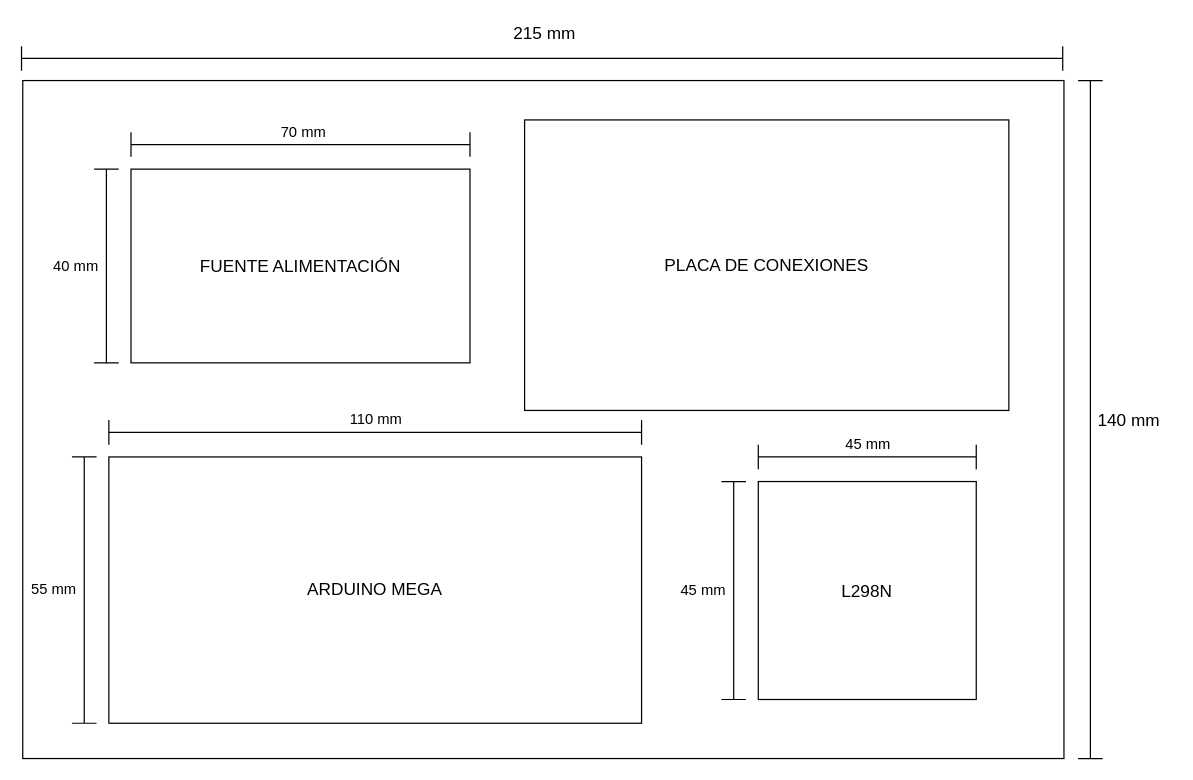
Before: page "Fondo" (1 of 2) of Documentación/Esquema caja.drawio in tonioprz/tfg, a draw.io diagram. Source tidied: cells renumbered, new cells numbered last; positions are measured from the earlier drawing's top-left corner, leaving out a move shared by most shapes. Both pictures are drawn from the tidied source at 123%, with x=0, y=0 at pixel (21, 21).
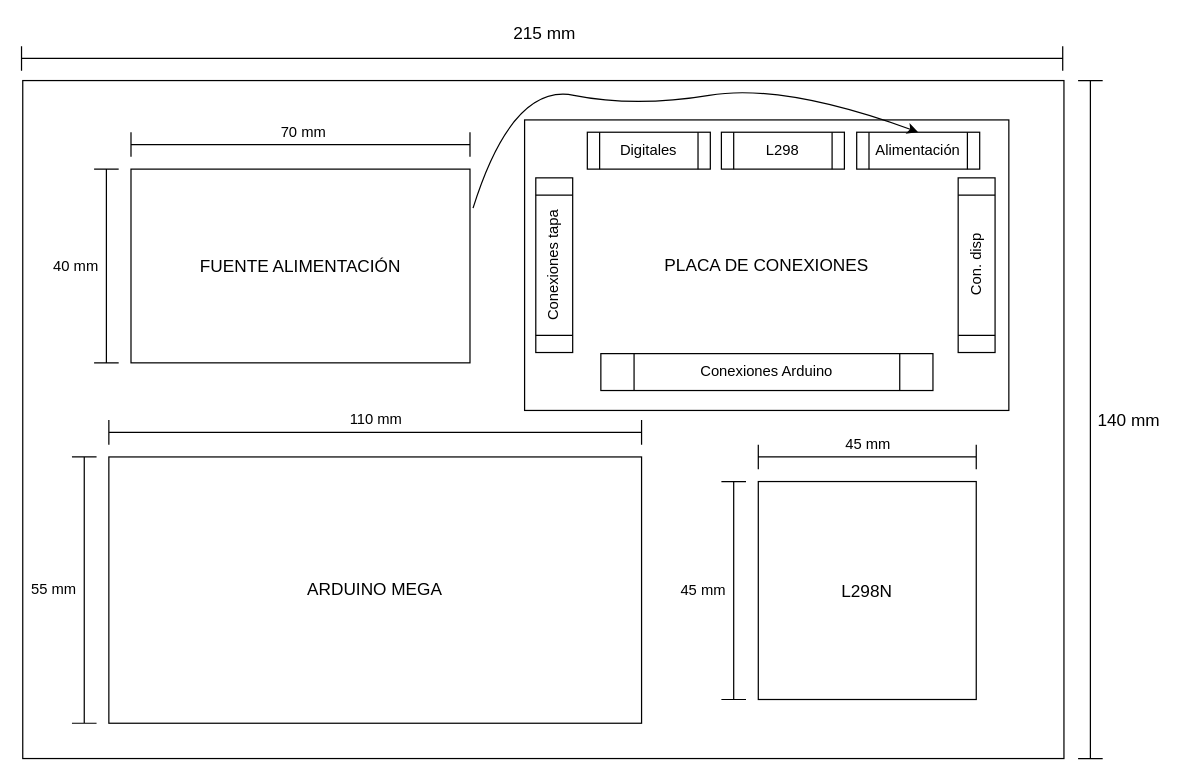
The same diagram, later.

The change refers to these unchanged cells:
```xml
<mxCell id="5" style="group;" parent="4" vertex="1">
  <mxGeometry width="934" height="599.2" as="geometry" />
</mxCell>
<mxCell id="13" value="FUENTE ALIMENTACIÓN" style="rounded=0;whiteSpace=wrap;html=1;fontSize=14;" parent="9" vertex="1">
  <mxGeometry x="70" y="40" width="275.6" height="157.5" as="geometry" />
</mxCell>
```

The edit, as a diff of the source:
```diff
@@
+    <mxCell id="29" value="Conexiones Arduino" style="shape=process;whiteSpace=wrap;html=1;backgroundOutline=1;" parent="5" vertex="1">
+      <mxGeometry x="470" y="270" width="270" height="30" as="geometry" />
+    </mxCell>
+    <mxCell id="30" value="Con. disp" style="shape=process;whiteSpace=wrap;html=1;backgroundOutline=1;rotation=-90;" parent="5" vertex="1">
+      <mxGeometry x="704.5" y="183.1" width="142" height="30" as="geometry" />
+    </mxCell>
+    <mxCell id="31" value="Digitales" style="shape=process;whiteSpace=wrap;html=1;backgroundOutline=1;" parent="5" vertex="1">
+      <mxGeometry x="459" y="90" width="100" height="30" as="geometry" />
+    </mxCell>
+    <mxCell id="32" value="L298" style="shape=process;whiteSpace=wrap;html=1;backgroundOutline=1;" parent="5" vertex="1">
+      <mxGeometry x="568" y="90" width="100" height="30" as="geometry" />
+    </mxCell>
+    <mxCell id="33" value="Alimentación" style="shape=process;whiteSpace=wrap;html=1;backgroundOutline=1;" parent="5" vertex="1">
+      <mxGeometry x="678" y="90" width="100" height="30" as="geometry" />
+    </mxCell>
+    <mxCell id="34" value="Conexiones tapa" style="shape=process;whiteSpace=wrap;html=1;backgroundOutline=1;rotation=-90;" parent="5" vertex="1">
+      <mxGeometry x="361.1" y="183.1" width="142" height="30" as="geometry" />
+    </mxCell>
+    <mxCell id="35" style="curved=1;endArrow=classic;html=1;rounded=0;exitX=1.009;exitY=0.201;exitDx=0;exitDy=0;exitPerimeter=0;entryX=0.5;entryY=0;entryDx=0;entryDy=0;" parent="5" edge="1" source="13" target="33">
+      <mxGeometry relative="1" as="geometry">
+        <Array as="points">
+          <mxPoint x="398" y="50" />
+          <mxPoint x="498" y="70" />
+          <mxPoint x="618" y="50" />
+        </Array>
+      </mxGeometry>
+    </mxCell>
```
